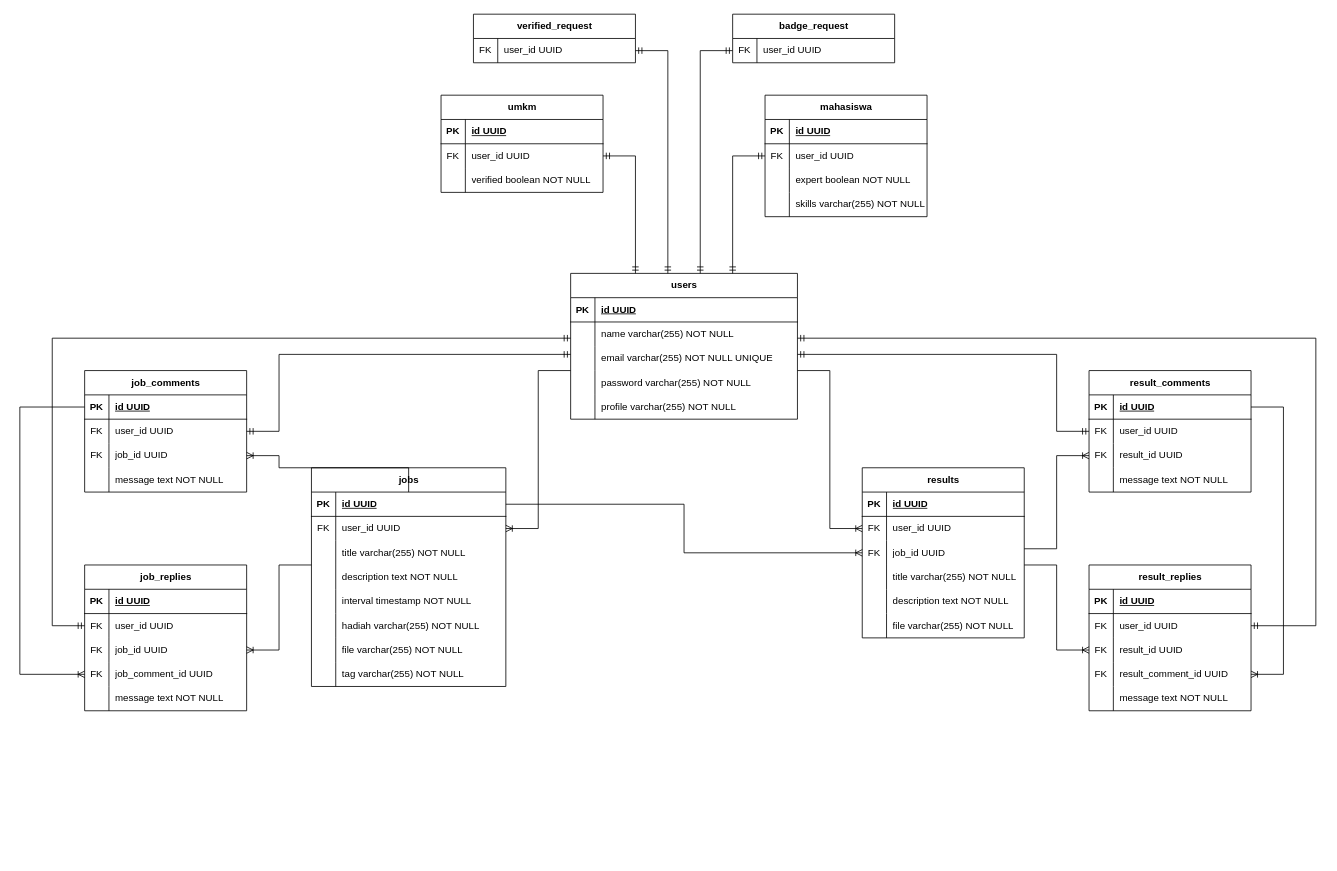
This is Untitled Diagram.drawio from isalzufari/sayembaara, a draw.io file, before an edit. Source tidied: cells renumbered, new cells numbered last; positions are measured from the earlier drawing's top-left corner, leaving out a move shared by most shapes. Both pictures are drawn from the tidied source at 81%, with x=0, y=0 at pixel (19, 14).
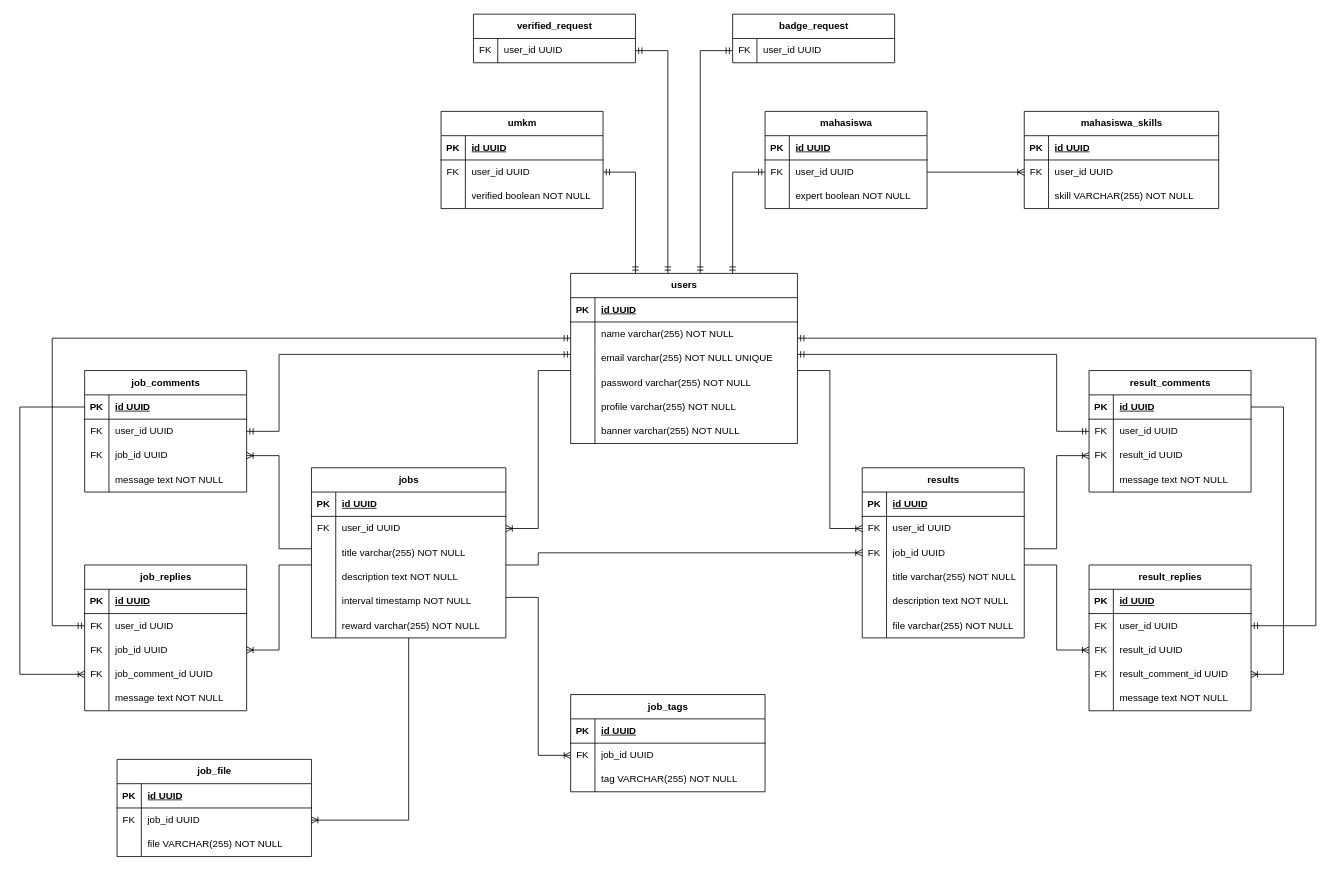
Above is the later version.

Commit message:
ERD: Update the tags/skills

Unchanged cells that the change refers to:
```xml
<mxCell id="19" style="shape=tableRow;horizontal=0;startSize=0;swimlaneHead=0;swimlaneBody=0;fillColor=none;points=[[0,0.5],[1,0.5]];portConstraint=eastwest;top=0;left=0;right=0;bottom=1;" parent="18" vertex="1">
  <mxGeometry y="30" width="240" height="30" as="geometry" />
</mxCell>
<mxCell id="34" style="shape=tableRow;horizontal=0;startSize=0;swimlaneHead=0;swimlaneBody=0;fillColor=none;top=0;left=0;right=0;bottom=0;" parent="18" vertex="1">
  <mxGeometry y="180" width="240" height="30" as="geometry" />
</mxCell>
<mxCell id="50" style="shape=tableRow;horizontal=0;startSize=0;swimlaneHead=0;swimlaneBody=0;fillColor=none;points=[[0,0.5],[1,0.5]];portConstraint=eastwest;top=0;left=0;right=0;bottom=0;" parent="43" vertex="1">
  <mxGeometry y="90" width="200" height="30" as="geometry" />
</mxCell>
<mxCell id="79" style="shape=tableRow;horizontal=0;startSize=0;swimlaneHead=0;swimlaneBody=0;fillColor=none;points=[[0,0.5],[1,0.5]];portConstraint=eastwest;top=0;left=0;right=0;bottom=0;" parent="72" vertex="1">
  <mxGeometry y="90" width="200" height="30" as="geometry" />
</mxCell>
<mxCell id="124" style="shape=tableRow;horizontal=0;startSize=0;swimlaneHead=0;swimlaneBody=0;fillColor=none;points=[[0,0.5],[1,0.5]];portConstraint=eastwest;top=0;left=0;right=0;bottom=0;" parent="120" vertex="1">
  <mxGeometry y="60" width="200" height="30" as="geometry" />
</mxCell>
<mxCell id="134" style="shape=tableRow;horizontal=0;startSize=0;swimlaneHead=0;swimlaneBody=0;fillColor=none;points=[[0,0.5],[1,0.5]];portConstraint=eastwest;top=0;left=0;right=0;bottom=0;" parent="130" vertex="1">
  <mxGeometry y="60" width="200" height="30" as="geometry" />
</mxCell>
```

The edit, as a diff of the source:
```diff
@@
     <mxCell id="2" value="users" style="shape=table;startSize=30;childLayout=tableLayout;rowLines=0;fontStyle=1;align=center;html=1;" parent="1" vertex="1">
-      <mxGeometry x="680" y="320" width="280" height="180" as="geometry" />
+      <mxGeometry x="680" y="320" width="280" height="210" as="geometry" />
     </mxCell>
@@
+    <mxCell id="168" style="shape=tableRow;horizontal=0;startSize=0;swimlaneHead=0;swimlaneBody=0;fillColor=none;top=0;left=0;right=0;bottom=0;" parent="2" vertex="1">
+      <mxGeometry y="180" width="280" height="30" as="geometry" />
+    </mxCell>
+    <mxCell id="169" style="shape=partialRectangle;fillColor=none;top=0;left=0;bottom=0;right=0;overflow=hidden;whiteSpace=wrap;html=1;" parent="168" vertex="1">
+      <mxGeometry width="30" height="30" as="geometry" />
+    </mxCell>
+    <mxCell id="170" value="banner varchar(255) NOT NULL" style="shape=partialRectangle;fillColor=none;top=0;left=0;bottom=0;right=0;align=left;spacingLeft=6;overflow=hidden;whiteSpace=wrap;html=1;" parent="168" vertex="1">
+      <mxGeometry x="30" width="250" height="30" as="geometry" />
+    </mxCell>
     <mxCell id="18" value="jobs" style="shape=table;startSize=30;childLayout=tableLayout;rowLines=0;fontStyle=1;align=center;html=1;" parent="1" vertex="1">
-      <mxGeometry x="360" y="560" width="240" height="270" as="geometry" />
+      <mxGeometry x="360" y="560" width="240" height="210" as="geometry" />
     </mxCell>
@@
-    <mxCell id="36" value="hadiah varchar(255) NOT NULL" style="shape=partialRectangle;fillColor=none;top=0;left=0;bottom=0;right=0;align=left;spacingLeft=6;overflow=hidden;whiteSpace=wrap;html=1;" parent="34" vertex="1">
+    <mxCell id="36" value="reward varchar(255) NOT NULL" style="shape=partialRectangle;fillColor=none;top=0;left=0;bottom=0;right=0;align=left;spacingLeft=6;overflow=hidden;whiteSpace=wrap;html=1;" parent="34" vertex="1">
       <mxGeometry x="30" width="210" height="30" as="geometry" />
     </mxCell>
-    <mxCell id="37" style="shape=tableRow;horizontal=0;startSize=0;swimlaneHead=0;swimlaneBody=0;fillColor=none;top=0;left=0;right=0;bottom=0;" parent="18" vertex="1">
-      <mxGeometry y="210" width="240" height="30" as="geometry" />
-    </mxCell>
-    <mxCell id="38" style="shape=partialRectangle;fillColor=none;top=0;left=0;bottom=0;right=0;overflow=hidden;whiteSpace=wrap;html=1;" parent="37" vertex="1">
-      <mxGeometry width="30" height="30" as="geometry" />
-    </mxCell>
-    <mxCell id="39" value="file varchar(255) NOT NULL" style="shape=partialRectangle;fillColor=none;top=0;left=0;bottom=0;right=0;align=left;spacingLeft=6;overflow=hidden;whiteSpace=wrap;html=1;" parent="37" vertex="1">
-      <mxGeometry x="30" width="210" height="30" as="geometry" />
-    </mxCell>
-    <mxCell id="40" style="shape=tableRow;horizontal=0;startSize=0;swimlaneHead=0;swimlaneBody=0;fillColor=none;top=0;left=0;right=0;bottom=0;" parent="18" vertex="1">
-      <mxGeometry y="240" width="240" height="30" as="geometry" />
-    </mxCell>
-    <mxCell id="41" style="shape=partialRectangle;fillColor=none;top=0;left=0;bottom=0;right=0;overflow=hidden;whiteSpace=wrap;html=1;" parent="40" vertex="1">
-      <mxGeometry width="30" height="30" as="geometry" />
-    </mxCell>
-    <mxCell id="42" value="tag varchar(255) NOT NULL" style="shape=partialRectangle;fillColor=none;top=0;left=0;bottom=0;right=0;align=left;spacingLeft=6;overflow=hidden;whiteSpace=wrap;html=1;" parent="40" vertex="1">
-      <mxGeometry x="30" width="210" height="30" as="geometry" />
-    </mxCell>
@@
     <mxCell id="120" value="umkm" style="shape=table;startSize=30;childLayout=tableLayout;rowLines=0;fontStyle=1;align=center;html=1;" parent="1" vertex="1">
-      <mxGeometry x="520" y="100" width="200" height="120" as="geometry" />
+      <mxGeometry x="520" y="120" width="200" height="120" as="geometry" />
     </mxCell>
@@
     <mxCell id="130" value="mahasiswa" style="shape=table;startSize=30;childLayout=tableLayout;rowLines=0;fontStyle=1;align=center;html=1;" parent="1" vertex="1">
-      <mxGeometry x="920" y="100" width="200" height="150" as="geometry" />
+      <mxGeometry x="920" y="120" width="200" height="120" as="geometry" />
     </mxCell>
@@
-    <mxCell id="140" style="shape=tableRow;horizontal=0;startSize=0;swimlaneHead=0;swimlaneBody=0;fillColor=none;top=0;left=0;right=0;bottom=0;" parent="130" vertex="1">
-      <mxGeometry y="120" width="200" height="30" as="geometry" />
-    </mxCell>
-    <mxCell id="141" style="shape=partialRectangle;fillColor=none;top=0;left=0;bottom=0;right=0;overflow=hidden;whiteSpace=wrap;html=1;" parent="140" vertex="1">
-      <mxGeometry width="30" height="30" as="geometry" />
-    </mxCell>
-    <mxCell id="142" value="skills varchar(255) NOT NULL" style="shape=partialRectangle;fillColor=none;top=0;left=0;bottom=0;right=0;align=left;spacingLeft=6;overflow=hidden;whiteSpace=wrap;html=1;" parent="140" vertex="1">
-      <mxGeometry x="30" width="170" height="30" as="geometry" />
-    </mxCell>
@@
-    <mxCell id="145" style="edgeStyle=orthogonalEdgeStyle;fontSize=12;html=1;endArrow=ERoneToMany;rounded=0;" parent="1" edge="1" source="19" target="50">
+    <mxCell id="145" style="edgeStyle=orthogonalEdgeStyle;fontSize=12;html=1;endArrow=ERoneToMany;rounded=0;" parent="1" edge="1" source="18" target="50">
       <mxGeometry relative="1" as="geometry">
         <Array as="points">
-          <mxPoint x="320" y="560" />
+          <mxPoint x="320" y="660" />
           <mxPoint x="320" y="545" />
         </Array>
       </mxGeometry>
     </mxCell>
@@
-    <mxCell id="152" style="edgeStyle=orthogonalEdgeStyle;fontSize=12;html=1;endArrow=ERoneToMany;rounded=0;" parent="1" edge="1" source="19" target="79">
+    <mxCell id="152" style="edgeStyle=orthogonalEdgeStyle;fontSize=12;html=1;endArrow=ERoneToMany;rounded=0;" parent="1" edge="1" source="18" target="79">
       <mxGeometry relative="1" as="geometry">
         <Array as="points">
-          <mxPoint x="820" y="605" />
-          <mxPoint x="820" y="665" />
+          <mxPoint x="640" y="680" />
+          <mxPoint x="640" y="665" />
         </Array>
       </mxGeometry>
     </mxCell>
     <mxCell id="153" style="edgeStyle=orthogonalEdgeStyle;fontSize=12;html=1;endArrow=ERmandOne;startArrow=ERmandOne;rounded=0;" parent="1" edge="1" source="2" target="124">
       <mxGeometry relative="1" as="geometry">
         <Array as="points">
-          <mxPoint x="760" y="175" />
+          <mxPoint x="760" y="195" />
         </Array>
       </mxGeometry>
     </mxCell>
     <mxCell id="154" style="edgeStyle=orthogonalEdgeStyle;fontSize=12;html=1;endArrow=ERmandOne;startArrow=ERmandOne;rounded=0;" parent="1" edge="1" source="2" target="134">
       <mxGeometry relative="1" as="geometry">
         <Array as="points">
-          <mxPoint x="880" y="175" />
+          <mxPoint x="880" y="195" />
         </Array>
       </mxGeometry>
     </mxCell>
@@
+    <mxCell id="171" value="mahasiswa_skills" style="shape=table;startSize=30;childLayout=tableLayout;rowLines=0;fontStyle=1;align=center;html=1;" parent="1" vertex="1">
+      <mxGeometry x="1240" y="120" width="240" height="120" as="geometry" />
+    </mxCell>
+    <mxCell id="172" style="shape=tableRow;horizontal=0;startSize=0;swimlaneHead=0;swimlaneBody=0;fillColor=none;top=0;left=0;right=0;bottom=1;" parent="171" vertex="1">
+      <mxGeometry y="30" width="240" height="30" as="geometry" />
+    </mxCell>
+    <mxCell id="173" value="PK" style="shape=partialRectangle;fillColor=none;top=0;left=0;bottom=0;right=0;fontStyle=1;overflow=hidden;whiteSpace=wrap;html=1;" parent="172" vertex="1">
+      <mxGeometry width="30" height="30" as="geometry" />
+    </mxCell>
+    <mxCell id="174" value="id UUID" style="shape=partialRectangle;fillColor=none;top=0;left=0;bottom=0;right=0;align=left;spacingLeft=6;fontStyle=5;overflow=hidden;whiteSpace=wrap;html=1;" parent="172" vertex="1">
+      <mxGeometry x="30" width="210" height="30" as="geometry" />
+    </mxCell>
+    <mxCell id="175" style="shape=tableRow;horizontal=0;startSize=0;swimlaneHead=0;swimlaneBody=0;fillColor=none;points=[[0,0.5],[1,0.5]];portConstraint=eastwest;top=0;left=0;right=0;bottom=0;" parent="171" vertex="1">
+      <mxGeometry y="60" width="240" height="30" as="geometry" />
+    </mxCell>
+    <mxCell id="176" value="FK" style="shape=partialRectangle;fillColor=none;top=0;left=0;bottom=0;right=0;overflow=hidden;whiteSpace=wrap;html=1;" parent="175" vertex="1">
+      <mxGeometry width="30" height="30" as="geometry" />
+    </mxCell>
+    <mxCell id="177" value="user_id UUID" style="shape=partialRectangle;fillColor=none;top=0;left=0;bottom=0;right=0;align=left;spacingLeft=6;overflow=hidden;whiteSpace=wrap;html=1;" parent="175" vertex="1">
+      <mxGeometry x="30" width="210" height="30" as="geometry" />
+    </mxCell>
+    <mxCell id="178" style="shape=tableRow;horizontal=0;startSize=0;swimlaneHead=0;swimlaneBody=0;fillColor=none;top=0;left=0;right=0;bottom=0;" parent="171" vertex="1">
+      <mxGeometry y="90" width="240" height="30" as="geometry" />
+    </mxCell>
+    <mxCell id="179" style="shape=partialRectangle;fillColor=none;top=0;left=0;bottom=0;right=0;overflow=hidden;whiteSpace=wrap;html=1;" parent="178" vertex="1">
+      <mxGeometry width="30" height="30" as="geometry" />
+    </mxCell>
+    <mxCell id="180" value="skill VARCHAR(255) NOT NULL" style="shape=partialRectangle;fillColor=none;top=0;left=0;bottom=0;right=0;align=left;spacingLeft=6;overflow=hidden;whiteSpace=wrap;html=1;" parent="178" vertex="1">
+      <mxGeometry x="30" width="210" height="30" as="geometry" />
+    </mxCell>
+    <mxCell id="181" style="edgeStyle=orthogonalEdgeStyle;fontSize=12;html=1;endArrow=ERoneToMany;rounded=0;" parent="1" edge="1" source="130" target="175">
+      <mxGeometry relative="1" as="geometry">
+        <Array as="points">
+          <mxPoint x="1190" y="195" />
+          <mxPoint x="1190" y="195" />
+        </Array>
+      </mxGeometry>
+    </mxCell>
+    <mxCell id="182" value="job_tags" style="shape=table;startSize=30;childLayout=tableLayout;rowLines=0;fontStyle=1;align=center;html=1;" parent="1" vertex="1">
+      <mxGeometry x="680" y="840" width="240" height="120" as="geometry" />
+    </mxCell>
+    <mxCell id="183" style="shape=tableRow;horizontal=0;startSize=0;swimlaneHead=0;swimlaneBody=0;fillColor=none;top=0;left=0;right=0;bottom=1;" parent="182" vertex="1">
+      <mxGeometry y="30" width="240" height="30" as="geometry" />
+    </mxCell>
+    <mxCell id="184" value="PK" style="shape=partialRectangle;fillColor=none;top=0;left=0;bottom=0;right=0;fontStyle=1;overflow=hidden;whiteSpace=wrap;html=1;" parent="183" vertex="1">
+      <mxGeometry width="30" height="30" as="geometry" />
+    </mxCell>
+    <mxCell id="185" value="id UUID" style="shape=partialRectangle;fillColor=none;top=0;left=0;bottom=0;right=0;align=left;spacingLeft=6;fontStyle=5;overflow=hidden;whiteSpace=wrap;html=1;" parent="183" vertex="1">
+      <mxGeometry x="30" width="210" height="30" as="geometry" />
+    </mxCell>
+    <mxCell id="186" style="shape=tableRow;horizontal=0;startSize=0;swimlaneHead=0;swimlaneBody=0;fillColor=none;points=[[0,0.5],[1,0.5]];portConstraint=eastwest;top=0;left=0;right=0;bottom=0;" parent="182" vertex="1">
+      <mxGeometry y="60" width="240" height="30" as="geometry" />
+    </mxCell>
+    <mxCell id="187" value="FK" style="shape=partialRectangle;fillColor=none;top=0;left=0;bottom=0;right=0;overflow=hidden;whiteSpace=wrap;html=1;" parent="186" vertex="1">
+      <mxGeometry width="30" height="30" as="geometry" />
+    </mxCell>
+    <mxCell id="188" value="job_id UUID" style="shape=partialRectangle;fillColor=none;top=0;left=0;bottom=0;right=0;align=left;spacingLeft=6;overflow=hidden;whiteSpace=wrap;html=1;" parent="186" vertex="1">
+      <mxGeometry x="30" width="210" height="30" as="geometry" />
+    </mxCell>
+    <mxCell id="189" style="shape=tableRow;horizontal=0;startSize=0;swimlaneHead=0;swimlaneBody=0;fillColor=none;top=0;left=0;right=0;bottom=0;" parent="182" vertex="1">
+      <mxGeometry y="90" width="240" height="30" as="geometry" />
+    </mxCell>
+    <mxCell id="190" style="shape=partialRectangle;fillColor=none;top=0;left=0;bottom=0;right=0;overflow=hidden;whiteSpace=wrap;html=1;" parent="189" vertex="1">
+      <mxGeometry width="30" height="30" as="geometry" />
+    </mxCell>
+    <mxCell id="191" value="tag VARCHAR(255) NOT NULL" style="shape=partialRectangle;fillColor=none;top=0;left=0;bottom=0;right=0;align=left;spacingLeft=6;overflow=hidden;whiteSpace=wrap;html=1;" parent="189" vertex="1">
+      <mxGeometry x="30" width="210" height="30" as="geometry" />
+    </mxCell>
+    <mxCell id="192" style="edgeStyle=orthogonalEdgeStyle;fontSize=12;html=1;endArrow=ERoneToMany;rounded=0;" parent="1" edge="1" source="18" target="186">
+      <mxGeometry relative="1" as="geometry">
+        <Array as="points">
+          <mxPoint x="640" y="720" />
+          <mxPoint x="640" y="915" />
+        </Array>
+      </mxGeometry>
+    </mxCell>
+    <mxCell id="193" value="job_file" style="shape=table;startSize=30;childLayout=tableLayout;rowLines=0;fontStyle=1;align=center;html=1;" parent="1" vertex="1">
+      <mxGeometry x="120" y="920" width="240" height="120" as="geometry" />
+    </mxCell>
+    <mxCell id="194" style="shape=tableRow;horizontal=0;startSize=0;swimlaneHead=0;swimlaneBody=0;fillColor=none;top=0;left=0;right=0;bottom=1;" parent="193" vertex="1">
+      <mxGeometry y="30" width="240" height="30" as="geometry" />
+    </mxCell>
+    <mxCell id="195" value="PK" style="shape=partialRectangle;fillColor=none;top=0;left=0;bottom=0;right=0;fontStyle=1;overflow=hidden;whiteSpace=wrap;html=1;" parent="194" vertex="1">
+      <mxGeometry width="30" height="30" as="geometry" />
+    </mxCell>
+    <mxCell id="196" value="id UUID" style="shape=partialRectangle;fillColor=none;top=0;left=0;bottom=0;right=0;align=left;spacingLeft=6;fontStyle=5;overflow=hidden;whiteSpace=wrap;html=1;" parent="194" vertex="1">
+      <mxGeometry x="30" width="210" height="30" as="geometry" />
+    </mxCell>
+    <mxCell id="197" style="shape=tableRow;horizontal=0;startSize=0;swimlaneHead=0;swimlaneBody=0;fillColor=none;points=[[0,0.5],[1,0.5]];portConstraint=eastwest;top=0;left=0;right=0;bottom=0;" parent="193" vertex="1">
+      <mxGeometry y="60" width="240" height="30" as="geometry" />
+    </mxCell>
+    <mxCell id="198" value="FK" style="shape=partialRectangle;fillColor=none;top=0;left=0;bottom=0;right=0;overflow=hidden;whiteSpace=wrap;html=1;" parent="197" vertex="1">
+      <mxGeometry width="30" height="30" as="geometry" />
+    </mxCell>
+    <mxCell id="199" value="job_id UUID" style="shape=partialRectangle;fillColor=none;top=0;left=0;bottom=0;right=0;align=left;spacingLeft=6;overflow=hidden;whiteSpace=wrap;html=1;" parent="197" vertex="1">
+      <mxGeometry x="30" width="210" height="30" as="geometry" />
+    </mxCell>
+    <mxCell id="200" style="shape=tableRow;horizontal=0;startSize=0;swimlaneHead=0;swimlaneBody=0;fillColor=none;top=0;left=0;right=0;bottom=0;" parent="193" vertex="1">
+      <mxGeometry y="90" width="240" height="30" as="geometry" />
+    </mxCell>
+    <mxCell id="201" style="shape=partialRectangle;fillColor=none;top=0;left=0;bottom=0;right=0;overflow=hidden;whiteSpace=wrap;html=1;" parent="200" vertex="1">
+      <mxGeometry width="30" height="30" as="geometry" />
+    </mxCell>
+    <mxCell id="202" value="file VARCHAR(255) NOT NULL" style="shape=partialRectangle;fillColor=none;top=0;left=0;bottom=0;right=0;align=left;spacingLeft=6;overflow=hidden;whiteSpace=wrap;html=1;" parent="200" vertex="1">
+      <mxGeometry x="30" width="210" height="30" as="geometry" />
+    </mxCell>
+    <mxCell id="203" style="edgeStyle=orthogonalEdgeStyle;fontSize=12;html=1;endArrow=ERoneToMany;rounded=0;" parent="1" edge="1" source="18" target="197">
+      <mxGeometry relative="1" as="geometry">
+        <Array as="points">
+          <mxPoint x="480" y="995" />
+        </Array>
+      </mxGeometry>
+    </mxCell>
```
